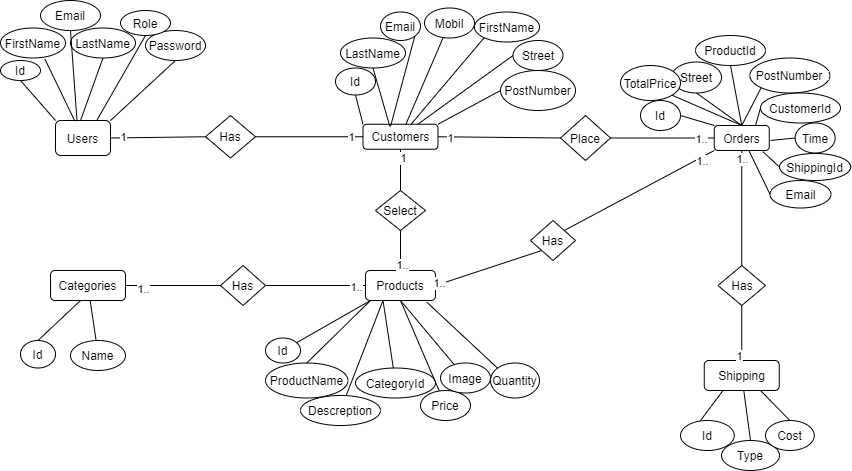
Before: diagrams&database/WebShop ER diagram.png, a diagram exported from draw.io (SamerSenbol/WebShop). Source tidied: cells renumbered, new cells last; positions are measured from the earlier drawing's top-left corner, leaving out a move shared by most shapes.
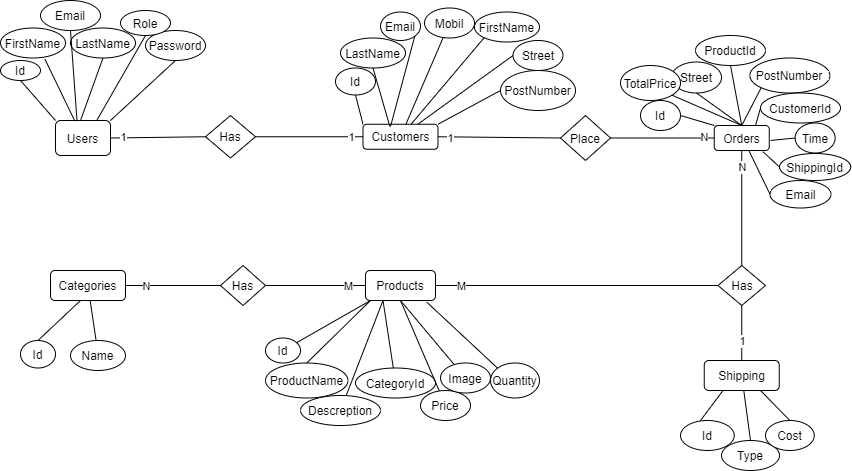
After the change.

What changed in the source:
```diff
@@ -38,9 +38,6 @@
     <mxCell id="13" value="Has" style="rhombus;whiteSpace=wrap;html=1;" parent="1" vertex="1">
       <mxGeometry x="220" y="265" width="45" height="40" as="geometry" />
     </mxCell>
-    <mxCell id="14" value="Select" style="rhombus;whiteSpace=wrap;html=1;" parent="1" vertex="1">
-      <mxGeometry x="375" y="190" width="50" height="40" as="geometry" />
-    </mxCell>
     <mxCell id="15" style="endArrow=none;html=1;exitX=1;exitY=0.5;exitDx=0;exitDy=0;entryX=0;entryY=0.5;entryDx=0;entryDy=0;" parent="1" edge="1" source="7" target="11">
       <mxGeometry relative="1" as="geometry" />
     </mxCell>
@@ -56,32 +53,18 @@
     <mxCell id="19" style="endArrow=none;html=1;exitX=1;exitY=0.5;exitDx=0;exitDy=0;entryX=0;entryY=0.5;entryDx=0;entryDy=0;" parent="1" edge="1" source="3" target="13">
       <mxGeometry relative="1" as="geometry" />
     </mxCell>
-    <mxCell id="20" value="1.." style="edgeLabel;html=1;align=center;verticalAlign=middle;" parent="19" vertex="1">
-      <mxGeometry x="-0.64" y="-3" relative="1" as="geometry" />
+    <mxCell id="20" value="N" style="edgeLabel;html=1;align=center;verticalAlign=middle;" parent="19" vertex="1">
+      <mxGeometry x="-0.64" y="-3" relative="1" as="geometry">
+        <mxPoint x="3" y="-3" as="offset" />
+      </mxGeometry>
     </mxCell>
-    <mxCell id="21" style="endArrow=none;html=1;exitX=1;exitY=0.5;exitDx=0;exitDy=0;entryX=0;entryY=0.5;entryDx=0;entryDy=0;" parent="1" edge="1" source="13" target="2">
-      <mxGeometry relative="1" as="geometry" />
-    </mxCell>
-    <mxCell id="22" value="1.." style="edgeLabel;html=1;align=center;verticalAlign=middle;" parent="21" vertex="1">
-      <mxGeometry x="0.8" y="-1" relative="1" as="geometry" />
-    </mxCell>
-    <mxCell id="23" style="endArrow=none;html=1;entryX=0.5;entryY=1;entryDx=0;entryDy=0;exitX=0.5;exitY=0;exitDx=0;exitDy=0;" parent="1" edge="1" source="14" target="6">
-      <mxGeometry relative="1" as="geometry" />
-    </mxCell>
-    <mxCell id="24" value="1" style="edgeLabel;html=1;align=center;verticalAlign=middle;" parent="23" vertex="1">
-      <mxGeometry x="0.62" y="-2" relative="1" as="geometry" />
-    </mxCell>
-    <mxCell id="25" style="endArrow=none;html=1;entryX=0.5;entryY=1;entryDx=0;entryDy=0;exitX=0.5;exitY=0;exitDx=0;exitDy=0;" parent="1" edge="1" source="2" target="14">
-      <mxGeometry relative="1" as="geometry" />
-    </mxCell>
-    <mxCell id="26" value="1.." style="edgeLabel;html=1;align=center;verticalAlign=middle;" parent="25" vertex="1">
-      <mxGeometry x="-0.71" y="-1" relative="1" as="geometry" />
-    </mxCell>
     <mxCell id="27" style="endArrow=none;html=1;exitX=0.5;exitY=1;exitDx=0;exitDy=0;entryX=0.5;entryY=0;entryDx=0;entryDy=0;" parent="1" edge="1" source="33" target="5">
       <mxGeometry relative="1" as="geometry" />
     </mxCell>
     <mxCell id="28" value="1" style="edgeLabel;html=1;align=center;verticalAlign=middle;" parent="27" vertex="1">
-      <mxGeometry x="0.81" y="-3" relative="1" as="geometry" />
+      <mxGeometry x="0.81" y="-3" relative="1" as="geometry">
+        <mxPoint x="3" y="-15" as="offset" />
+      </mxGeometry>
     </mxCell>
     <mxCell id="29" style="endArrow=none;html=1;exitX=0;exitY=0.5;exitDx=0;exitDy=0;entryX=1;entryY=0.5;entryDx=0;entryDy=0;" parent="1" edge="1" source="12" target="6">
       <mxGeometry relative="1" as="geometry" />
@@ -92,23 +75,29 @@
     <mxCell id="31" style="endArrow=none;html=1;exitX=1;exitY=0.5;exitDx=0;exitDy=0;entryX=0;entryY=0.5;entryDx=0;entryDy=0;" parent="1" edge="1" source="12" target="4">
       <mxGeometry relative="1" as="geometry" />
     </mxCell>
-    <mxCell id="32" value="1.." style="edgeLabel;html=1;align=center;verticalAlign=middle;" parent="31" vertex="1">
-      <mxGeometry x="0.74" y="-1" relative="1" as="geometry" />
-    </mxCell>
+    <mxCell id="106" value="N" style="edgeLabel;html=1;align=center;verticalAlign=middle;" parent="31" vertex="1">
+      <mxGeometry x="0.79" y="-2" relative="1" as="geometry">
+        <mxPoint x="0.8" y="-3.2" as="offset" />
+      </mxGeometry>
+    </mxCell>
     <mxCell id="33" value="Has" style="rhombus;whiteSpace=wrap;html=1;" parent="1" vertex="1">
       <mxGeometry x="717.5" y="265" width="47.5" height="40" as="geometry" />
     </mxCell>
     <mxCell id="34" style="endArrow=none;html=1;entryX=0.5;entryY=1;entryDx=0;entryDy=0;exitX=0.5;exitY=0;exitDx=0;exitDy=0;" parent="1" edge="1" source="33" target="4">
       <mxGeometry relative="1" as="geometry" />
     </mxCell>
-    <mxCell id="35" value="1.." style="edgeLabel;html=1;align=center;verticalAlign=middle;" parent="34" vertex="1">
-      <mxGeometry x="0.86" relative="1" as="geometry" />
+    <mxCell id="35" value="N" style="edgeLabel;html=1;align=center;verticalAlign=middle;" parent="34" vertex="1">
+      <mxGeometry x="0.86" relative="1" as="geometry">
+        <mxPoint y="8.5" as="offset" />
+      </mxGeometry>
     </mxCell>
-    <mxCell id="36" style="endArrow=none;html=1;exitX=1;exitY=0.5;exitDx=0;exitDy=0;entryX=0;entryY=1;entryDx=0;entryDy=0;" parent="1" edge="1" source="2" target="103">
+    <mxCell id="36" style="endArrow=none;html=1;exitX=1;exitY=0.5;exitDx=0;exitDy=0;entryX=0;entryY=0.5;entryDx=0;entryDy=0;" parent="1" edge="1" source="2" target="33">
       <mxGeometry relative="1" as="geometry" />
     </mxCell>
-    <mxCell id="37" value="1.." style="edgeLabel;html=1;align=center;verticalAlign=middle;" parent="36" vertex="1">
-      <mxGeometry x="-0.93" y="1" relative="1" as="geometry" />
+    <mxCell id="37" value="M" style="edgeLabel;html=1;align=center;verticalAlign=middle;" parent="36" vertex="1">
+      <mxGeometry x="-0.93" y="1" relative="1" as="geometry">
+        <mxPoint x="15" y="1" as="offset" />
+      </mxGeometry>
     </mxCell>
     <mxCell id="38" value="Email" style="ellipse;whiteSpace=wrap;html=1;" parent="1" vertex="1">
       <mxGeometry x="40" width="60" height="30" as="geometry" />
@@ -321,14 +310,13 @@
     <mxCell id="102" style="endArrow=none;html=1;" parent="1" edge="1" source="56" target="3">
       <mxGeometry relative="1" as="geometry" />
     </mxCell>
-    <mxCell id="103" value="Has" style="rhombus;whiteSpace=wrap;html=1;" parent="1" vertex="1">
-      <mxGeometry x="530" y="220" width="45" height="40" as="geometry" />
-    </mxCell>
-    <mxCell id="104" style="endArrow=none;html=1;exitX=1;exitY=0;exitDx=0;exitDy=0;entryX=0;entryY=1;entryDx=0;entryDy=0;" parent="1" edge="1" source="103" target="4">
-      <mxGeometry relative="1" as="geometry" />
-    </mxCell>
-    <mxCell id="105" value="1.." style="edgeLabel;html=1;align=center;verticalAlign=middle;" parent="104" vertex="1">
-      <mxGeometry x="0.81" y="-3" relative="1" as="geometry" />
-    </mxCell>
+    <mxCell id="21" style="endArrow=none;html=1;entryX=0;entryY=0.5;entryDx=0;entryDy=0;exitX=1;exitY=0.5;exitDx=0;exitDy=0;" parent="1" edge="1" source="13" target="2">
+      <mxGeometry relative="1" as="geometry" />
+    </mxCell>
+    <mxCell id="107" value="M" style="edgeLabel;html=1;align=center;verticalAlign=middle;" parent="21" vertex="1">
+      <mxGeometry x="0.69" y="-2" relative="1" as="geometry">
+        <mxPoint x="-1.5" y="-2" as="offset" />
+      </mxGeometry>
+    </mxCell>
   </root>
 </mxGraphModel>
```
